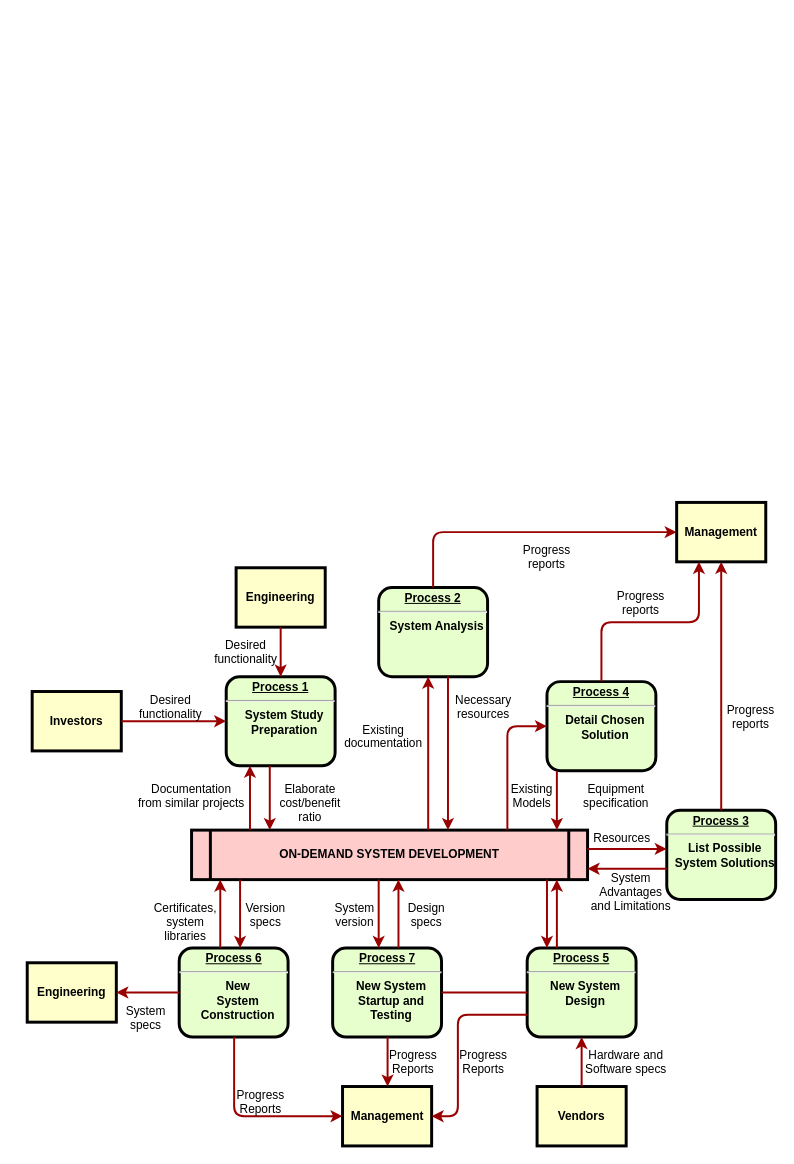
The draw.io diagram 数据流分析.drawio in KEYD111/DRAWIO, before the edit. Source tidied: cells renumbered, new cells numbered last; positions are measured from the earlier drawing's top-left corner, leaving out a move shared by most shapes. Both pictures are drawn from the tidied source at 99%, with x=0, y=0 at pixel (27, 502).
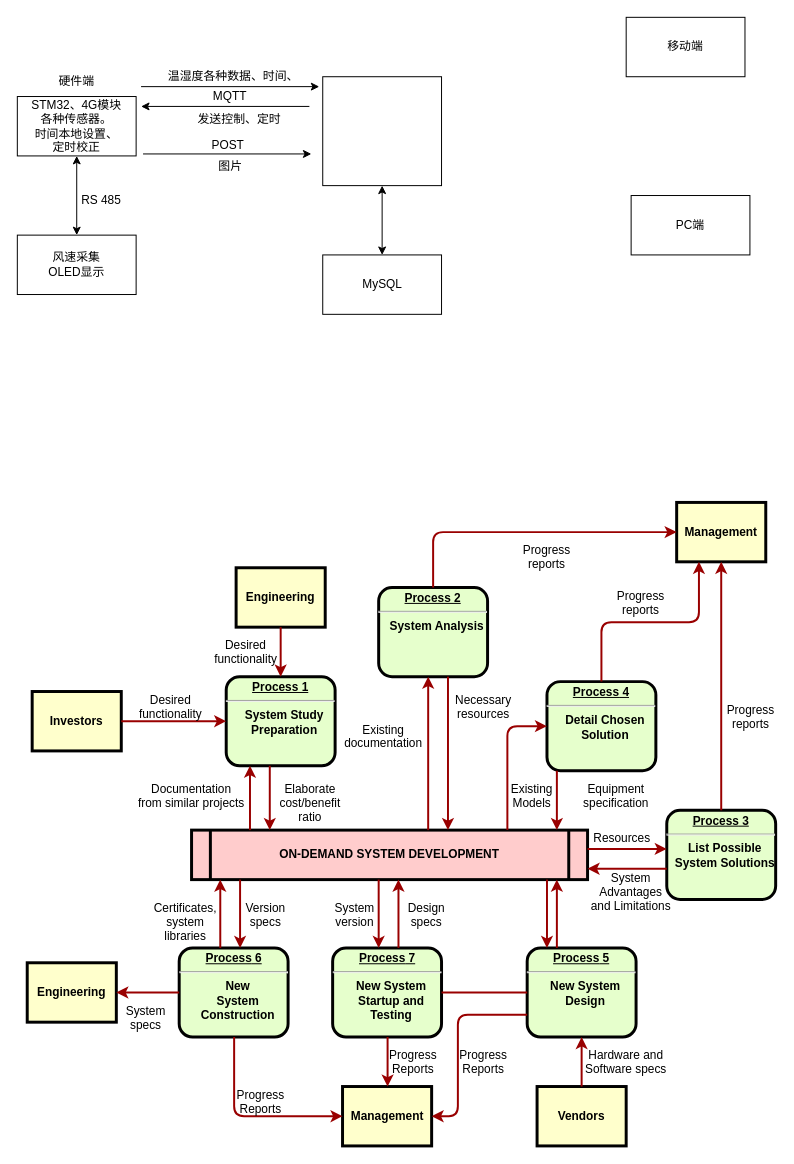
The same diagram, later.

Commit message:
更新数据流分析.drawio

The edit, as a diff of the source:
```diff
@@
+    <mxCell id="63" value="STM32、4G模块&lt;div&gt;各种传感器。&lt;/div&gt;&lt;div&gt;时间本地设置、&lt;/div&gt;&lt;div&gt;定时校正&lt;/div&gt;" style="rounded=0;whiteSpace=wrap;html=1;" parent="1" vertex="1">
+      <mxGeometry x="-10" y="-410" width="120" height="60" as="geometry" />
+    </mxCell>
+    <mxCell id="64" style="rounded=0;whiteSpace=wrap;html=1;" parent="1" vertex="1">
+      <mxGeometry x="298.5" y="-430" width="120" height="110" as="geometry" />
+    </mxCell>
+    <mxCell id="65" value="MySQL" style="rounded=0;whiteSpace=wrap;html=1;" parent="1" vertex="1">
+      <mxGeometry x="298.5" y="-250" width="120" height="60" as="geometry" />
+    </mxCell>
+    <mxCell id="66" value="移动端" style="rounded=0;whiteSpace=wrap;html=1;" parent="1" vertex="1">
+      <mxGeometry x="605" y="-490" width="120" height="60" as="geometry" />
+    </mxCell>
+    <mxCell id="67" value="PC端" style="rounded=0;whiteSpace=wrap;html=1;" parent="1" vertex="1">
+      <mxGeometry x="610" y="-310" width="120" height="60" as="geometry" />
+    </mxCell>
+    <mxCell id="68" value="硬件端" style="text;html=1;align=center;verticalAlign=middle;whiteSpace=wrap;rounded=0;" parent="1" vertex="1">
+      <mxGeometry x="20" y="-440" width="60" height="30" as="geometry" />
+    </mxCell>
+    <mxCell id="69" value="风速采集&lt;div&gt;OLED显示&lt;/div&gt;" style="rounded=0;whiteSpace=wrap;html=1;" parent="1" vertex="1">
+      <mxGeometry x="-10" y="-270" width="120" height="60" as="geometry" />
+    </mxCell>
+    <mxCell id="70" style="endArrow=classic;startArrow=classic;html=1;rounded=0;entryX=0.5;entryY=1;entryDx=0;entryDy=0;exitX=0.5;exitY=0;exitDx=0;exitDy=0;" parent="1" edge="1" source="69" target="63">
+      <mxGeometry relative="1" as="geometry" />
+    </mxCell>
+    <mxCell id="71" value="RS 485" style="text;html=1;align=center;verticalAlign=middle;whiteSpace=wrap;rounded=0;" parent="1" vertex="1">
+      <mxGeometry x="45" y="-320" width="60" height="30" as="geometry" />
+    </mxCell>
+    <mxCell id="72" value="MQTT" style="text;html=1;align=center;verticalAlign=middle;whiteSpace=wrap;rounded=0;" parent="1" vertex="1">
+      <mxGeometry x="175" y="-425" width="60" height="30" as="geometry" />
+    </mxCell>
+    <mxCell id="73" value="温湿度各种数据、时间、" style="text;html=1;align=center;verticalAlign=middle;whiteSpace=wrap;rounded=0;" parent="1" vertex="1">
+      <mxGeometry x="139" y="-445" width="139" height="30" as="geometry" />
+    </mxCell>
+    <mxCell id="74" style="endArrow=classic;html=1;rounded=0;" parent="1" edge="1">
+      <mxGeometry relative="1" as="geometry">
+        <mxPoint x="115" y="-420" as="sourcePoint" />
+        <mxPoint x="295" y="-420" as="targetPoint" />
+      </mxGeometry>
+    </mxCell>
+    <mxCell id="75" style="endArrow=classic;html=1;rounded=0;" parent="1" edge="1">
+      <mxGeometry relative="1" as="geometry">
+        <mxPoint x="285" y="-400" as="sourcePoint" />
+        <mxPoint x="115" y="-400" as="targetPoint" />
+      </mxGeometry>
+    </mxCell>
+    <mxCell id="76" value="发送控制、定时" style="text;html=1;align=center;verticalAlign=middle;whiteSpace=wrap;rounded=0;" parent="1" vertex="1">
+      <mxGeometry x="145" y="-402" width="139" height="30" as="geometry" />
+    </mxCell>
+    <mxCell id="77" style="endArrow=classic;html=1;rounded=0;" parent="1" edge="1">
+      <mxGeometry relative="1" as="geometry">
+        <mxPoint x="117" y="-352" as="sourcePoint" />
+        <mxPoint x="287" y="-352" as="targetPoint" />
+      </mxGeometry>
+    </mxCell>
+    <mxCell id="78" value="图片" style="text;html=1;align=center;verticalAlign=middle;whiteSpace=wrap;rounded=0;" parent="1" vertex="1">
+      <mxGeometry x="135.5" y="-354" width="139" height="30" as="geometry" />
+    </mxCell>
+    <mxCell id="79" value="POST" style="text;html=1;align=center;verticalAlign=middle;whiteSpace=wrap;rounded=0;" parent="1" vertex="1">
+      <mxGeometry x="173" y="-376" width="60" height="30" as="geometry" />
+    </mxCell>
+    <mxCell id="80" style="endArrow=classic;startArrow=classic;html=1;rounded=0;entryX=0.5;entryY=1;entryDx=0;entryDy=0;exitX=0.5;exitY=0;exitDx=0;exitDy=0;" parent="1" edge="1" source="65" target="64">
+      <mxGeometry relative="1" as="geometry" />
+    </mxCell>
```
